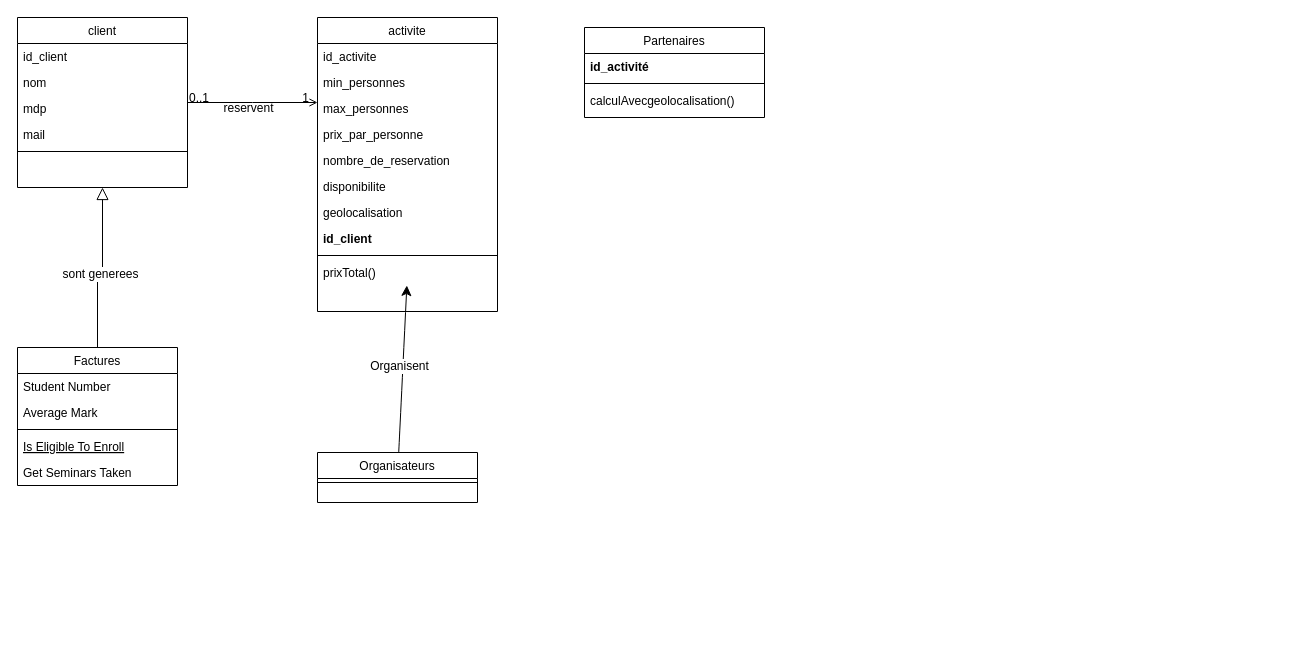
This is Diagramme sans nom.drawio from Jeremy-Cloarec/back-mystifolie, a draw.io file, before an edit. Source tidied: cells renumbered, new cells numbered last; positions are measured from the earlier drawing's top-left corner, leaving out a move shared by most shapes. Both pictures are drawn from the tidied source at 100%, with x=0, y=0 at pixel (17, 17).
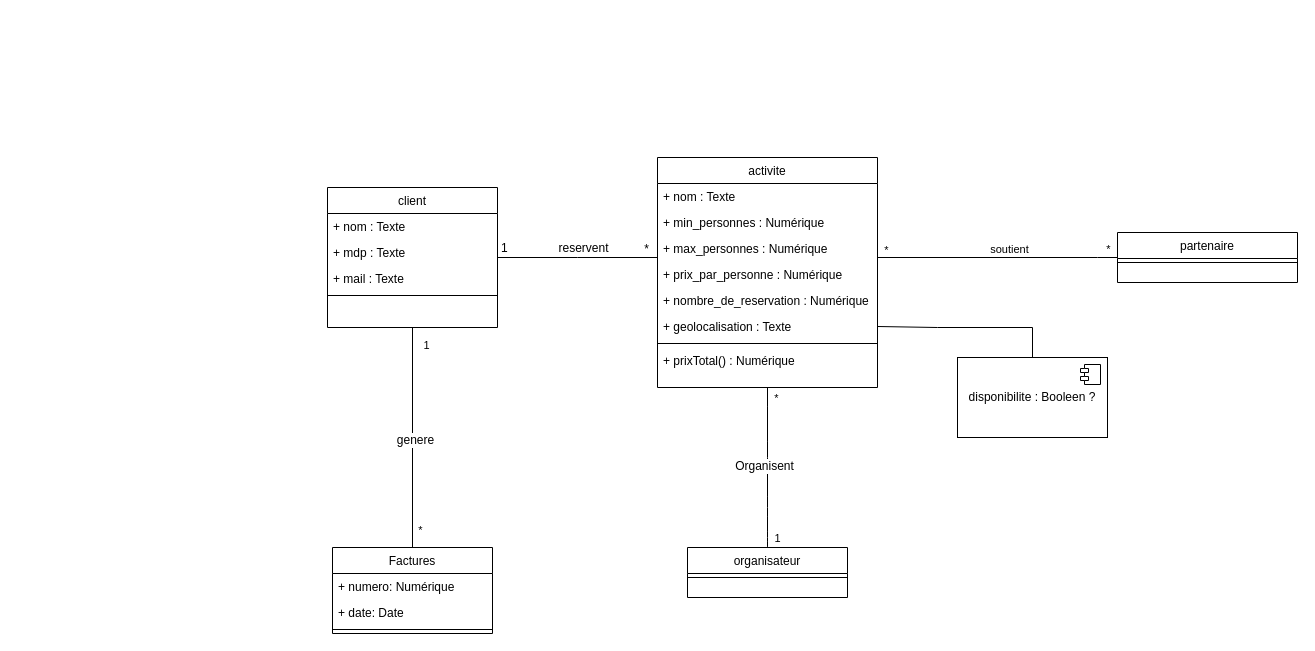
After the change.

What changed in the source:
```diff
@@
-    <mxCell id="2" value="Partenaires" style="swimlane;fontStyle=0;align=center;verticalAlign=top;horizontal=1;startSize=26;rounded=0;shadow=0;strokeWidth=1;" parent="1" vertex="1">
-      <mxGeometry x="567" y="10" width="180" height="90" as="geometry" />
+    <mxCell id="2" value="partenaire" style="swimlane;fontStyle=0;align=center;verticalAlign=top;horizontal=1;startSize=26;rounded=0;shadow=0;strokeWidth=1;" parent="1" vertex="1">
+      <mxGeometry x="1100" y="215" width="180" height="50" as="geometry" />
     </mxCell>
-    <mxCell id="3" value="id_activité" style="text;align=left;verticalAlign=top;spacingLeft=4;spacingRight=4;overflow=hidden;fontStyle=1;" parent="2" vertex="1">
-      <mxGeometry y="26" width="180" height="26" as="geometry" />
-    </mxCell>
     <mxCell id="4" style="line;html=1;strokeWidth=1;align=left;verticalAlign=middle;spacingTop=-1;spacingLeft=3;spacingRight=3;labelPosition=right;" parent="2" vertex="1">
-      <mxGeometry y="52" width="180" height="8" as="geometry" />
+      <mxGeometry y="26" width="180" height="8" as="geometry" />
     </mxCell>
-    <mxCell id="5" value="calculAvecgeolocalisation()" style="text;align=left;verticalAlign=top;spacingLeft=4;spacingRight=4;overflow=hidden;" parent="2" vertex="1">
-      <mxGeometry y="60" width="180" height="26" as="geometry" />
-    </mxCell>
     <mxCell id="6" value="client" style="swimlane;fontStyle=0;align=center;verticalAlign=top;horizontal=1;startSize=26;rounded=0;shadow=0;strokeWidth=1;" parent="1" vertex="1">
-      <mxGeometry width="170" height="170" as="geometry" />
+      <mxGeometry x="310" y="170" width="170" height="140" as="geometry" />
     </mxCell>
-    <mxCell id="7" value="id_client" style="text;align=left;verticalAlign=top;spacingLeft=4;spacingRight=4;overflow=hidden;" parent="6" vertex="1">
-      <mxGeometry y="26" width="170" height="26" as="geometry" />
-    </mxCell>
-    <mxCell id="8" value="nom" style="text;align=left;verticalAlign=top;spacingLeft=4;spacingRight=4;overflow=hidden;" parent="6" vertex="1">
-      <mxGeometry y="52" width="170" height="26" as="geometry" />
+    <mxCell id="8" value="+ nom : Texte" style="text;align=left;verticalAlign=top;spacingLeft=4;spacingRight=4;overflow=hidden;" parent="6" vertex="1">
+      <mxGeometry y="26" width="170" height="26" as="geometry" />
     </mxCell>
-    <mxCell id="9" value="mdp" style="text;align=left;verticalAlign=top;spacingLeft=4;spacingRight=4;overflow=hidden;" parent="6" vertex="1">
-      <mxGeometry y="78" width="170" height="26" as="geometry" />
+    <mxCell id="9" value="+ mdp : Texte" style="text;align=left;verticalAlign=top;spacingLeft=4;spacingRight=4;overflow=hidden;" parent="6" vertex="1">
+      <mxGeometry y="52" width="170" height="26" as="geometry" />
     </mxCell>
-    <mxCell id="10" value="mail&#10;" style="text;align=left;verticalAlign=top;spacingLeft=4;spacingRight=4;overflow=hidden;" parent="6" vertex="1">
-      <mxGeometry y="104" width="170" height="26" as="geometry" />
+    <mxCell id="10" value="+ mail : Texte" style="text;align=left;verticalAlign=top;spacingLeft=4;spacingRight=4;overflow=hidden;" parent="6" vertex="1">
+      <mxGeometry y="78" width="170" height="26" as="geometry" />
     </mxCell>
     <mxCell id="11" style="line;html=1;strokeWidth=1;align=left;verticalAlign=middle;spacingTop=-1;spacingLeft=3;spacingRight=3;labelPosition=right;" parent="6" vertex="1">
-      <mxGeometry y="130" width="170" height="8" as="geometry" />
+      <mxGeometry y="104" width="170" height="8" as="geometry" />
     </mxCell>
     <mxCell id="12" value="Factures" style="swimlane;fontStyle=0;align=center;verticalAlign=top;horizontal=1;startSize=26;rounded=0;shadow=0;strokeWidth=1;" parent="1" vertex="1">
-      <mxGeometry y="330" width="160" height="138" as="geometry" />
+      <mxGeometry x="315" y="530" width="160" height="86" as="geometry" />
     </mxCell>
-    <mxCell id="13" value="Student Number" style="text;align=left;verticalAlign=top;spacingLeft=4;spacingRight=4;overflow=hidden;" parent="12" vertex="1">
-      <mxGeometry y="26" width="160" height="26" as="geometry" />
-    </mxCell>
-    <mxCell id="14" value="Average Mark" style="text;align=left;verticalAlign=top;spacingLeft=4;spacingRight=4;overflow=hidden;rounded=0;shadow=0;html=0;" parent="12" vertex="1">
-      <mxGeometry y="52" width="160" height="26" as="geometry" />
-    </mxCell>
+    <mxCell id="39" value="+ numero: Numérique" style="text;strokeColor=none;fillColor=none;align=left;verticalAlign=top;spacingLeft=4;spacingRight=4;overflow=hidden;whiteSpace=wrap;html=1;" parent="12" vertex="1">
+      <mxGeometry y="26" width="160" height="26" as="geometry" />
+    </mxCell>
+    <mxCell id="40" value="+ date: Date" style="text;strokeColor=none;fillColor=none;align=left;verticalAlign=top;spacingLeft=4;spacingRight=4;overflow=hidden;whiteSpace=wrap;html=1;" parent="12" vertex="1">
+      <mxGeometry y="52" width="160" height="26" as="geometry" />
+    </mxCell>
@@
-    <mxCell id="16" value="Is Eligible To Enroll" style="text;align=left;verticalAlign=top;spacingLeft=4;spacingRight=4;overflow=hidden;fontStyle=4;" parent="12" vertex="1">
-      <mxGeometry y="86" width="160" height="26" as="geometry" />
-    </mxCell>
-    <mxCell id="17" value="Get Seminars Taken" style="text;align=left;verticalAlign=top;spacingLeft=4;spacingRight=4;overflow=hidden;" parent="12" vertex="1">
-      <mxGeometry y="112" width="160" height="26" as="geometry" />
-    </mxCell>
-    <mxCell id="18" style="endArrow=block;endSize=10;endFill=0;shadow=0;strokeWidth=1;rounded=0;curved=0;edgeStyle=elbowEdgeStyle;elbow=vertical;" parent="1" edge="1" source="12" target="6">
+    <mxCell id="18" style="endArrow=none;endSize=10;endFill=0;shadow=0;strokeWidth=1;rounded=0;curved=0;edgeStyle=elbowEdgeStyle;elbow=vertical;strokeColor=default;entryX=0.5;entryY=1;entryDx=0;entryDy=0;" parent="1" edge="1" source="12" target="6">
       <mxGeometry relative="1" as="geometry" />
     </mxCell>
-    <mxCell id="19" value="sont generees" style="edgeLabel;html=1;align=center;verticalAlign=middle;fontSize=12;" parent="18" vertex="1">
-      <mxGeometry x="-0.1" y="-2" relative="1" as="geometry" />
+    <mxCell id="19" value="genere" style="edgeLabel;html=1;align=center;verticalAlign=middle;fontSize=12;" parent="18" vertex="1">
+      <mxGeometry x="-0.1" y="-2" relative="1" as="geometry">
+        <mxPoint y="-9" as="offset" />
+      </mxGeometry>
     </mxCell>
+    <mxCell id="41" value="*" style="edgeLabel;html=1;align=center;verticalAlign=middle;" parent="18" vertex="1">
+      <mxGeometry x="-0.81" y="1" relative="1" as="geometry">
+        <mxPoint x="8" y="3" as="offset" />
+      </mxGeometry>
+    </mxCell>
+    <mxCell id="42" value="1" style="edgeLabel;html=1;align=center;verticalAlign=middle;" parent="18" vertex="1">
+      <mxGeometry x="0.81" y="-1" relative="1" as="geometry">
+        <mxPoint x="12" y="-4" as="offset" />
+      </mxGeometry>
+    </mxCell>
-    <mxCell id="20" style="edgeStyle=none;curved=1;rounded=0;jettySize=auto;html=1;fontSize=12;startSize=8;endSize=8;" parent="1" edge="1" source="22" target="34">
+    <mxCell id="20" style="edgeStyle=none;curved=1;rounded=0;jettySize=auto;html=1;fontSize=12;startSize=8;endSize=8;entryX=0.5;entryY=1;entryDx=0;entryDy=0;endArrow=none;endFill=0;" parent="1" edge="1" source="22" target="24">
       <mxGeometry relative="1" as="geometry" />
     </mxCell>
@@
+    <mxCell id="43" value="*" style="edgeLabel;html=1;align=center;verticalAlign=middle;" parent="20" vertex="1">
+      <mxGeometry x="0.87" relative="1" as="geometry">
+        <mxPoint x="8" as="offset" />
+      </mxGeometry>
+    </mxCell>
+    <mxCell id="44" value="1" style="edgeLabel;html=1;align=center;verticalAlign=middle;" parent="20" vertex="1">
+      <mxGeometry x="-0.88" relative="1" as="geometry">
+        <mxPoint x="9" as="offset" />
+      </mxGeometry>
+    </mxCell>
-    <mxCell id="22" value="Organisateurs" style="swimlane;fontStyle=0;align=center;verticalAlign=top;horizontal=1;startSize=26;rounded=0;shadow=0;strokeWidth=1;" parent="1" vertex="1">
-      <mxGeometry x="300" y="435" width="160" height="50" as="geometry" />
+    <mxCell id="22" value="organisateur" style="swimlane;fontStyle=0;align=center;verticalAlign=top;horizontal=1;startSize=26;rounded=0;shadow=0;strokeWidth=1;" parent="1" vertex="1">
+      <mxGeometry x="670" y="530" width="160" height="50" as="geometry" />
     </mxCell>
@@
     <mxCell id="24" value="activite" style="swimlane;fontStyle=0;align=center;verticalAlign=top;horizontal=1;startSize=26;rounded=0;shadow=0;strokeWidth=1;" parent="1" vertex="1">
-      <mxGeometry x="300" width="180" height="294" as="geometry" />
+      <mxGeometry x="640" y="140" width="220" height="230" as="geometry" />
     </mxCell>
-    <mxCell id="25" value="id_activite" style="text;align=left;verticalAlign=top;spacingLeft=4;spacingRight=4;overflow=hidden;" parent="24" vertex="1">
-      <mxGeometry y="26" width="180" height="26" as="geometry" />
+    <mxCell id="25" value="+ nom : Texte" style="text;align=left;verticalAlign=top;spacingLeft=4;spacingRight=4;overflow=hidden;" parent="24" vertex="1">
+      <mxGeometry y="26" width="220" height="26" as="geometry" />
     </mxCell>
-    <mxCell id="26" value="min_personnes" style="text;align=left;verticalAlign=top;spacingLeft=4;spacingRight=4;overflow=hidden;points=[[0,0.5],[1,0.5]];portConstraint=eastwest;rounded=0;shadow=0;html=0;" parent="24" vertex="1">
-      <mxGeometry y="52" width="180" height="26" as="geometry" />
+    <mxCell id="26" value="+ min_personnes : Numérique" style="text;align=left;verticalAlign=top;spacingLeft=4;spacingRight=4;overflow=hidden;points=[[0,0.5],[1,0.5]];portConstraint=eastwest;rounded=0;shadow=0;html=0;" parent="24" vertex="1">
+      <mxGeometry y="52" width="220" height="26" as="geometry" />
     </mxCell>
-    <mxCell id="27" value="max_personnes" style="text;align=left;verticalAlign=top;spacingLeft=4;spacingRight=4;overflow=hidden;rounded=0;shadow=0;html=0;" parent="24" vertex="1">
-      <mxGeometry y="78" width="180" height="26" as="geometry" />
+    <mxCell id="27" value="+ max_personnes : Numérique" style="text;align=left;verticalAlign=top;spacingLeft=4;spacingRight=4;overflow=hidden;rounded=0;shadow=0;html=0;" parent="24" vertex="1">
+      <mxGeometry y="78" width="220" height="26" as="geometry" />
     </mxCell>
-    <mxCell id="28" value="prix_par_personne" style="text;align=left;verticalAlign=top;spacingLeft=4;spacingRight=4;overflow=hidden;rounded=0;shadow=0;html=0;" parent="24" vertex="1">
-      <mxGeometry y="104" width="180" height="26" as="geometry" />
+    <mxCell id="28" value="+ prix_par_personne : Numérique" style="text;align=left;verticalAlign=top;spacingLeft=4;spacingRight=4;overflow=hidden;rounded=0;shadow=0;html=0;" parent="24" vertex="1">
+      <mxGeometry y="104" width="220" height="26" as="geometry" />
     </mxCell>
-    <mxCell id="29" value="nombre_de_reservation" style="text;align=left;verticalAlign=top;spacingLeft=4;spacingRight=4;overflow=hidden;rounded=0;shadow=0;html=0;" parent="24" vertex="1">
-      <mxGeometry y="130" width="180" height="26" as="geometry" />
+    <mxCell id="29" value="+ nombre_de_reservation : Numérique" style="text;align=left;verticalAlign=top;spacingLeft=4;spacingRight=4;overflow=hidden;rounded=0;shadow=0;html=0;" parent="24" vertex="1">
+      <mxGeometry y="130" width="220" height="26" as="geometry" />
     </mxCell>
-    <mxCell id="30" value="disponibilite" style="text;align=left;verticalAlign=top;spacingLeft=4;spacingRight=4;overflow=hidden;rounded=0;shadow=0;html=0;" parent="24" vertex="1">
-      <mxGeometry y="156" width="180" height="26" as="geometry" />
-    </mxCell>
-    <mxCell id="31" value="geolocalisation" style="text;align=left;verticalAlign=top;spacingLeft=4;spacingRight=4;overflow=hidden;points=[[0,0.5],[1,0.5]];portConstraint=eastwest;" parent="24" vertex="1">
-      <mxGeometry y="182" width="180" height="26" as="geometry" />
+    <mxCell id="31" value="+ geolocalisation : Texte" style="text;align=left;verticalAlign=top;spacingLeft=4;spacingRight=4;overflow=hidden;points=[[0,0.5],[1,0.5]];portConstraint=eastwest;" parent="24" vertex="1">
+      <mxGeometry y="156" width="220" height="26" as="geometry" />
     </mxCell>
-    <mxCell id="32" value="id_client" style="text;align=left;verticalAlign=top;spacingLeft=4;spacingRight=4;overflow=hidden;fontStyle=1;" parent="24" vertex="1">
-      <mxGeometry y="208" width="180" height="26" as="geometry" />
-    </mxCell>
     <mxCell id="33" style="line;html=1;strokeWidth=1;align=left;verticalAlign=middle;spacingTop=-1;spacingLeft=3;spacingRight=3;labelPosition=right;" parent="24" vertex="1">
-      <mxGeometry y="234" width="180" height="8" as="geometry" />
+      <mxGeometry y="182" width="220" height="8" as="geometry" />
     </mxCell>
-    <mxCell id="34" value="prixTotal()" style="text;align=left;verticalAlign=top;spacingLeft=4;spacingRight=4;overflow=hidden;points=[[0,0.5],[1,0.5]];portConstraint=eastwest;" parent="24" vertex="1">
-      <mxGeometry y="242" width="180" height="26" as="geometry" />
+    <mxCell id="34" value="+ prixTotal() : Numérique" style="text;align=left;verticalAlign=top;spacingLeft=4;spacingRight=4;overflow=hidden;points=[[0,0.5],[1,0.5]];portConstraint=eastwest;" parent="24" vertex="1">
+      <mxGeometry y="190" width="220" height="26" as="geometry" />
     </mxCell>
-    <mxCell id="35" style="endArrow=open;shadow=0;strokeWidth=1;rounded=0;curved=0;endFill=1;edgeStyle=elbowEdgeStyle;elbow=vertical;" parent="1" edge="1" source="6" target="24">
+    <mxCell id="35" style="endArrow=none;shadow=0;strokeWidth=1;rounded=0;curved=0;endFill=0;edgeStyle=elbowEdgeStyle;elbow=vertical;" parent="1" edge="1" source="6" target="24">
       <mxGeometry x="0.5" y="41" relative="1" as="geometry">
         <mxPoint x="-40" y="32" as="offset" />
       </mxGeometry>
     </mxCell>
-    <mxCell id="36" value="0..1" style="align=left;verticalAlign=bottom;labelBackgroundColor=none;fontSize=12;" parent="35" vertex="1">
+    <mxCell id="36" value="1" style="align=left;verticalAlign=bottom;labelBackgroundColor=none;fontSize=12;" parent="35" vertex="1">
       <mxGeometry x="-1" relative="1" as="geometry">
-        <mxPoint y="4" as="offset" />
+        <mxPoint x="2" y="-1" as="offset" />
       </mxGeometry>
     </mxCell>
-    <mxCell id="37" value="1" style="align=right;verticalAlign=bottom;labelBackgroundColor=none;fontSize=12;" parent="35" vertex="1">
+    <mxCell id="37" value="*" style="align=right;verticalAlign=bottom;labelBackgroundColor=none;fontSize=12;" parent="35" vertex="1">
       <mxGeometry x="1" relative="1" as="geometry">
-        <mxPoint x="-7" y="4" as="offset" />
+        <mxPoint x="-7" as="offset" />
       </mxGeometry>
     </mxCell>
     <mxCell id="38" value="reservent" style="text;html=1;align=center;verticalAlign=middle;labelBackgroundColor=none;rounded=0;shadow=0;strokeWidth=1;fontSize=12;" parent="35" vertex="1">
       <mxGeometry x="0.5" y="49" relative="1" as="geometry">
-        <mxPoint x="-38" y="54" as="offset" />
+        <mxPoint x="-35" y="39" as="offset" />
       </mxGeometry>
     </mxCell>
+    <mxCell id="45" style="edgeStyle=orthogonalEdgeStyle;rounded=0;jettySize=auto;html=1;entryX=1;entryY=0.5;entryDx=0;entryDy=0;endArrow=none;endFill=0;" parent="1" edge="1" source="46" target="31">
+      <mxGeometry relative="1" as="geometry">
+        <Array as="points">
+          <mxPoint x="920" y="310" />
+          <mxPoint x="840" y="310" />
+        </Array>
+      </mxGeometry>
+    </mxCell>
+    <mxCell id="46" value="&lt;span style=&quot;text-align: left; text-wrap: nowrap;&quot;&gt;disponibilite : Booleen ?&lt;/span&gt;" style="html=1;whiteSpace=wrap;" parent="1" vertex="1">
+      <mxGeometry x="940" y="340" width="150" height="80" as="geometry" />
+    </mxCell>
+    <mxCell id="47" style="shape=module;jettyWidth=8;jettyHeight=4;" parent="46" vertex="1">
+      <mxGeometry x="1" width="20" height="20" relative="1" as="geometry">
+        <mxPoint x="-27" y="7" as="offset" />
+      </mxGeometry>
+    </mxCell>
+    <mxCell id="48" style="edgeStyle=orthogonalEdgeStyle;rounded=0;jettySize=auto;html=1;entryX=1;entryY=0.5;entryDx=0;entryDy=0;endArrow=none;endFill=0;" parent="1" edge="1" source="2" target="26">
+      <mxGeometry relative="1" as="geometry">
+        <Array as="points">
+          <mxPoint x="1080" y="240" />
+          <mxPoint x="840" y="240" />
+        </Array>
+      </mxGeometry>
+    </mxCell>
+    <mxCell id="49" value="soutient" style="edgeLabel;html=1;align=center;verticalAlign=middle;" parent="48" vertex="1">
+      <mxGeometry x="-0.21" y="1" relative="1" as="geometry">
+        <mxPoint y="-10" as="offset" />
+      </mxGeometry>
+    </mxCell>
+    <mxCell id="50" value="*" style="edgeLabel;html=1;align=center;verticalAlign=middle;" parent="48" vertex="1">
+      <mxGeometry x="-0.94" y="-1" relative="1" as="geometry">
+        <mxPoint x="-2" y="-8" as="offset" />
+      </mxGeometry>
+    </mxCell>
+    <mxCell id="51" value="*" style="edgeLabel;html=1;align=center;verticalAlign=middle;" parent="48" vertex="1">
+      <mxGeometry x="0.69" y="-1" relative="1" as="geometry">
+        <mxPoint y="-7" as="offset" />
+      </mxGeometry>
+    </mxCell>
```
